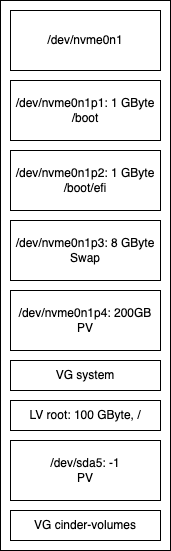
This is assets/disklayout-cloud-in-a-box-2.drawio.png from osism/node-image, a draw.io export, as it was before one commit. Source tidied: cells renumbered, new cells last; positions are measured from the earlier drawing's top-left corner, leaving out a move shared by most shapes.
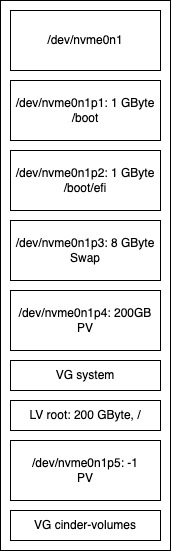
After the commit.

Change to the diagram source:
```diff
@@ -23,10 +23,10 @@
     <mxCell id="8" value="VG system" style="rounded=0;whiteSpace=wrap;html=1;" parent="1" vertex="1">
       <mxGeometry x="10" y="360" width="150" height="30" as="geometry" />
     </mxCell>
-    <mxCell id="9" value="LV root: 100 GByte, /" style="rounded=0;whiteSpace=wrap;html=1;align=center;labelPosition=center;verticalLabelPosition=middle;verticalAlign=middle;" parent="1" vertex="1">
+    <mxCell id="9" value="LV root: 200 GByte, /" style="rounded=0;whiteSpace=wrap;html=1;align=center;labelPosition=center;verticalLabelPosition=middle;verticalAlign=middle;" parent="1" vertex="1">
       <mxGeometry x="10" y="400" width="150" height="30" as="geometry" />
     </mxCell>
-    <mxCell id="10" value="/dev/sda5: -1&lt;br&gt;PV" style="rounded=0;whiteSpace=wrap;html=1;" parent="1" vertex="1">
+    <mxCell id="10" value="/dev/nvme0n1p5: -1&lt;br&gt;PV" style="rounded=0;whiteSpace=wrap;html=1;" parent="1" vertex="1">
       <mxGeometry x="10" y="440" width="150" height="60" as="geometry" />
     </mxCell>
     <mxCell id="11" value="VG cinder-volumes" style="rounded=0;whiteSpace=wrap;html=1;" parent="1" vertex="1">
```
